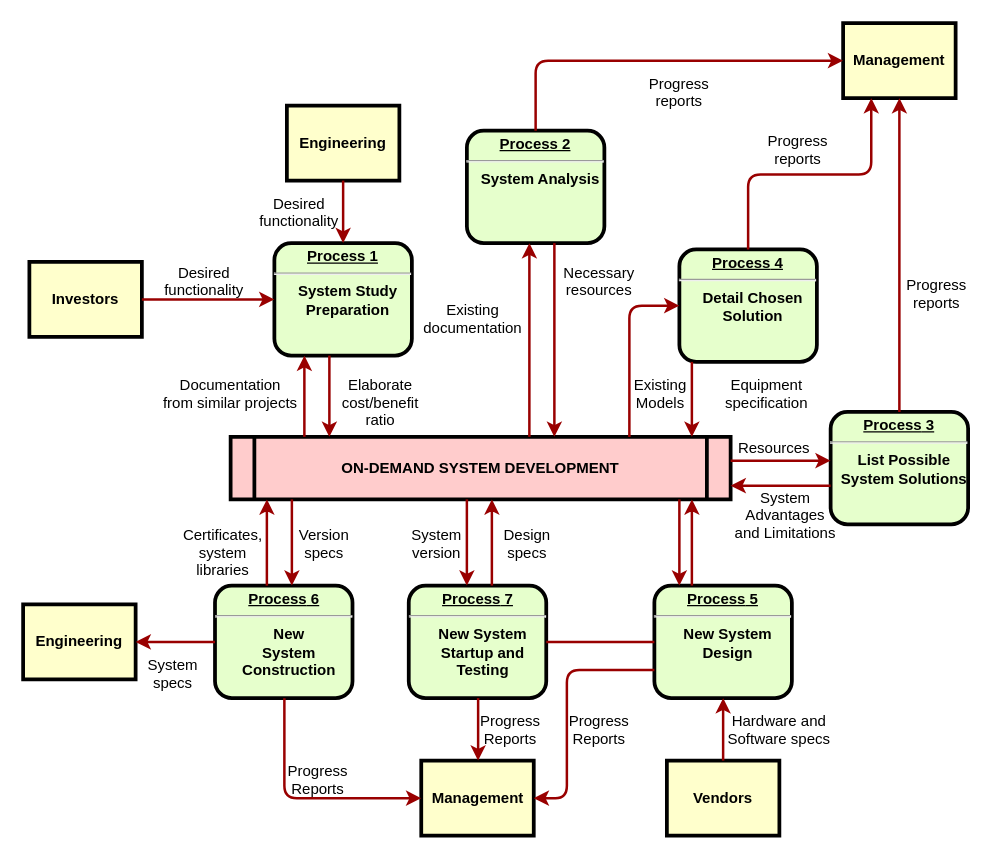
Before: 未命名绘图.drawio in ganmeinva/haha, a draw.io diagram. Source tidied: cells renumbered, new cells numbered last; positions are measured from the earlier drawing's top-left corner, leaving out a move shared by most shapes. Both pictures are drawn from the tidied source at 125%, with x=0, y=0 at pixel (22, 22).
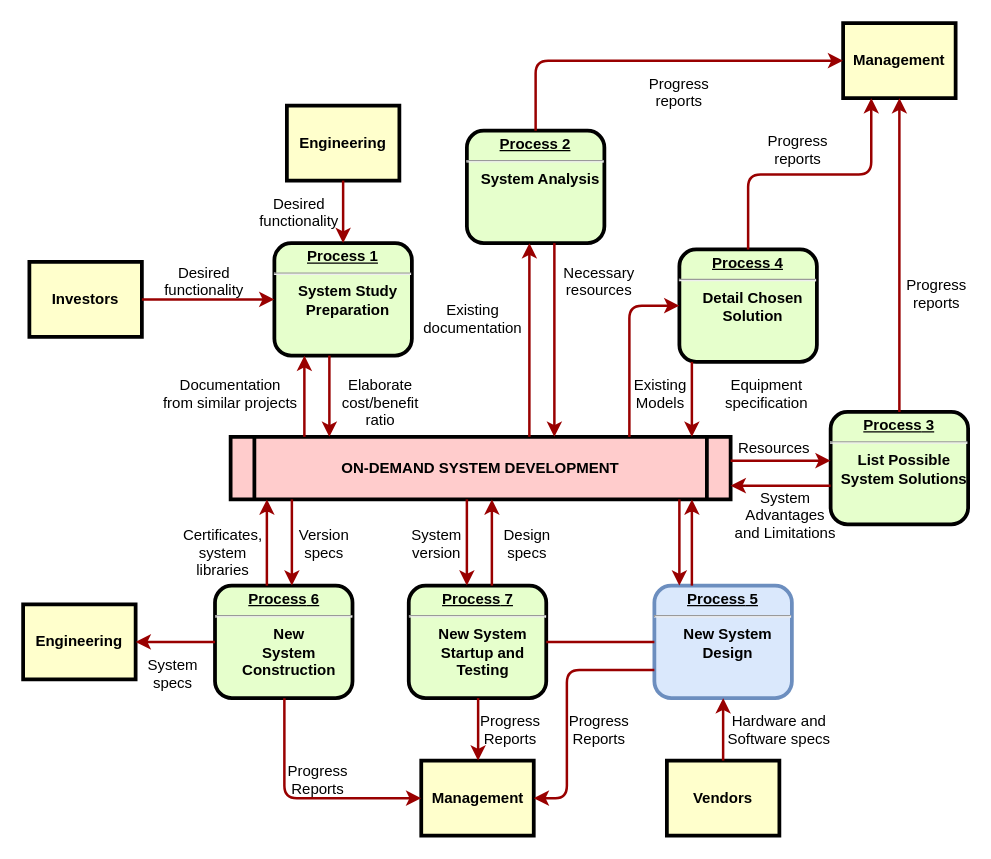
The same page after the edit.

Commit message:
更新未命名绘图.drawio

The edit, as a diff of the source:
```diff
@@
-    <mxCell id="9" value="&lt;p style=&quot;margin: 0px; margin-top: 4px; text-align: center; text-decoration: underline;&quot;&gt;&lt;strong&gt;&lt;strong&gt;Process&lt;/strong&gt; 5&lt;br /&gt;&lt;/strong&gt;&lt;/p&gt;&lt;hr /&gt;&lt;p style=&quot;margin: 0px; margin-left: 8px;&quot;&gt;New System&lt;/p&gt;&lt;p style=&quot;margin: 0px; margin-left: 8px;&quot;&gt;Design&lt;/p&gt;" style="verticalAlign=middle;align=center;overflow=fill;fontSize=12;fontFamily=Helvetica;html=1;rounded=1;fontStyle=1;strokeWidth=3;fillColor=#E6FFCC;" parent="1" vertex="1">
+    <mxCell id="9" value="&lt;p style=&quot;margin: 0px; margin-top: 4px; text-align: center; text-decoration: underline;&quot;&gt;&lt;strong&gt;&lt;strong&gt;Process&lt;/strong&gt; 5&lt;br /&gt;&lt;/strong&gt;&lt;/p&gt;&lt;hr /&gt;&lt;p style=&quot;margin: 0px; margin-left: 8px;&quot;&gt;New System&lt;/p&gt;&lt;p style=&quot;margin: 0px; margin-left: 8px;&quot;&gt;Design&lt;/p&gt;" style="verticalAlign=middle;align=center;overflow=fill;fontSize=12;fontFamily=Helvetica;html=1;rounded=1;fontStyle=1;strokeWidth=3;fillColor=#dae8fc;strokeColor=#6c8ebf;" parent="1" vertex="1">
       <mxGeometry x="505" y="450" width="110" height="90" as="geometry" />
     </mxCell>
```
